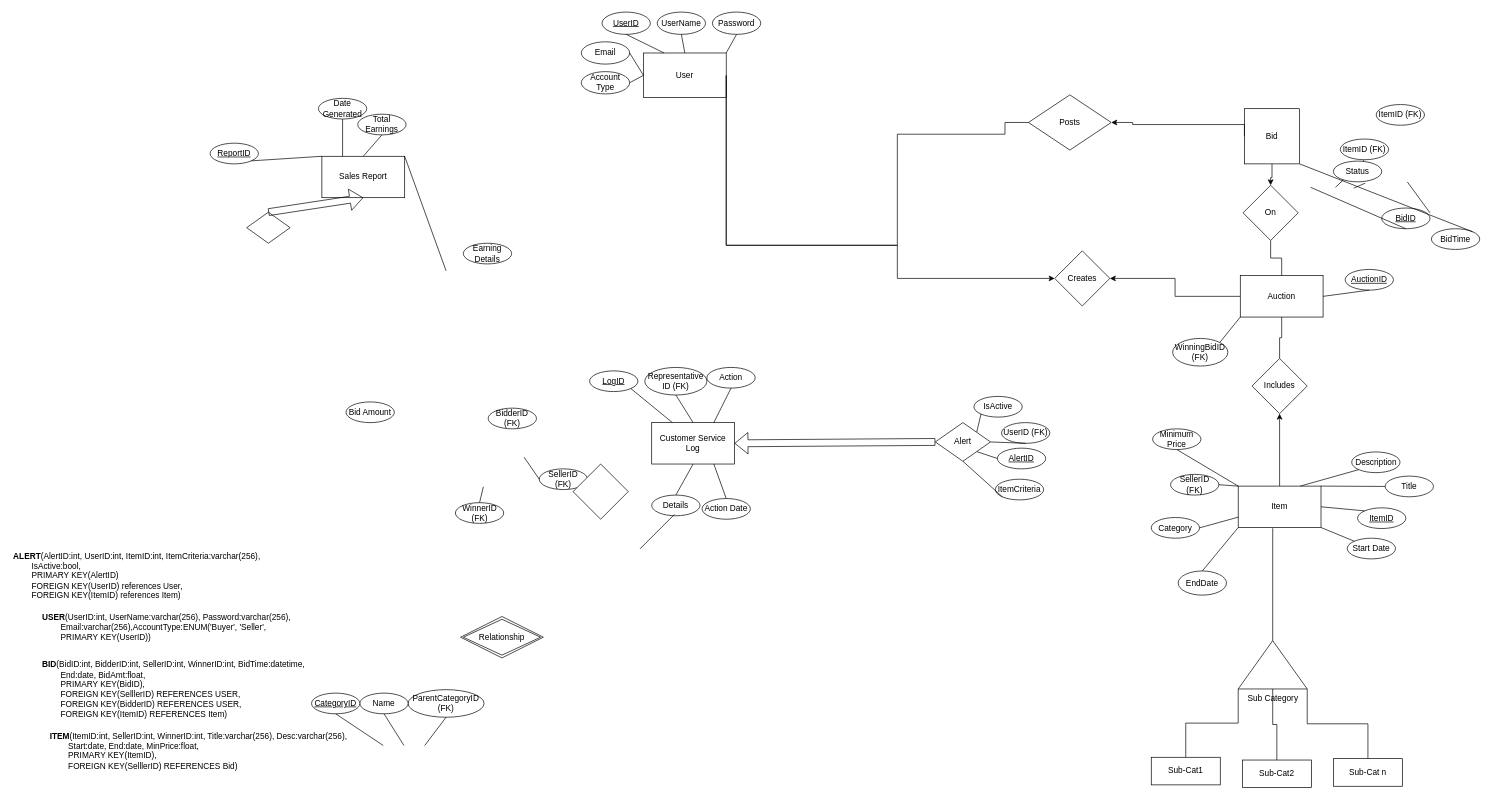
Above: Project1ER.drawio in Swoopi/PrinInfo (draw.io), before the change. Source tidied: cells renumbered, new cells numbered last; positions are measured from the earlier drawing's top-left corner, leaving out a move shared by most shapes. Both pictures are drawn from the tidied source at 69%, with x=0, y=0 at pixel (12, 12).
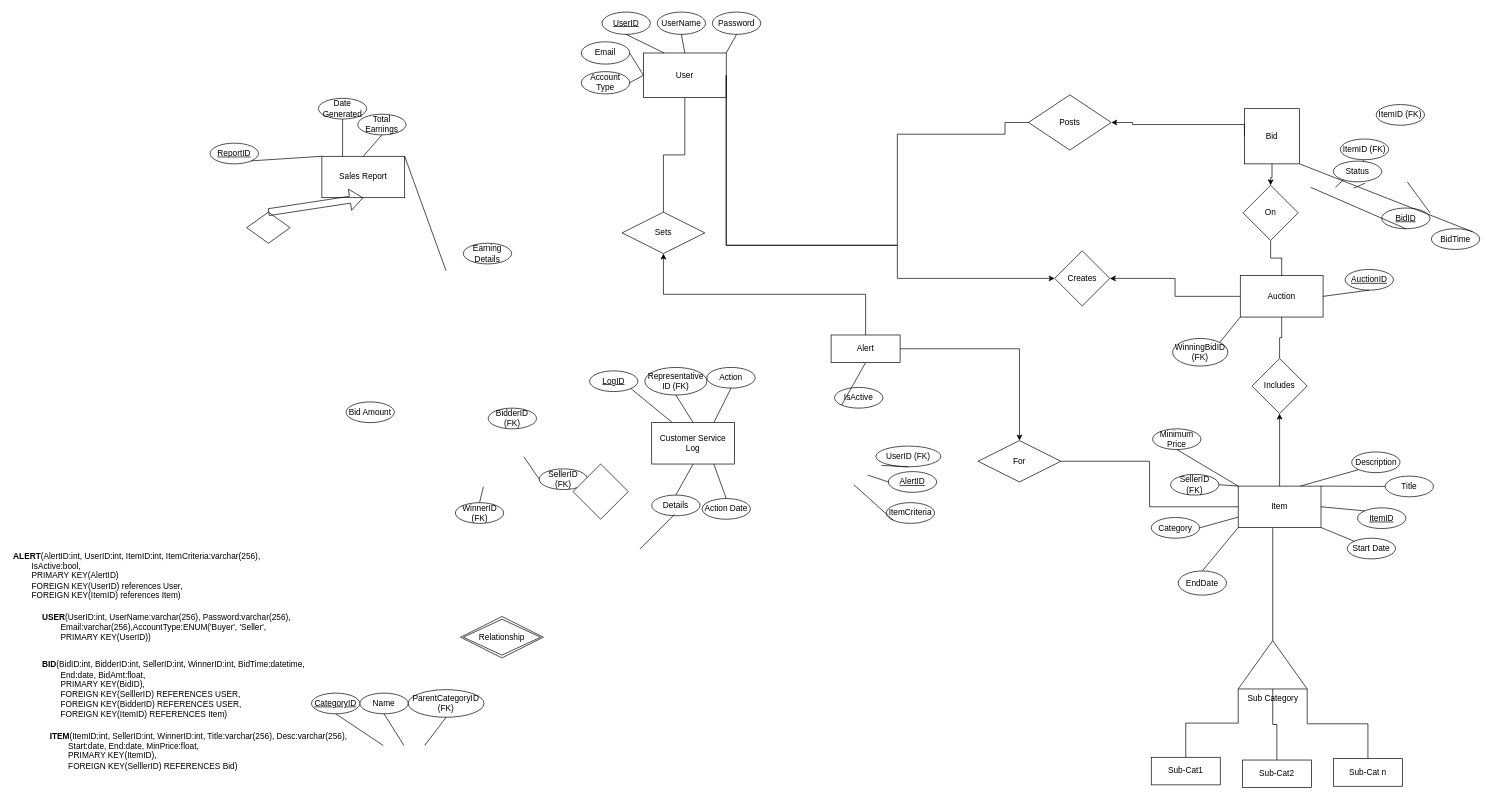
After the change.

The change refers to these unchanged cells:
```xml
<mxCell id="4" value="Item" style="rounded=0;whiteSpace=wrap;html=1;" parent="1" vertex="1">
  <mxGeometry x="1777" y="687" width="120" height="60" as="geometry" />
</mxCell>
<mxCell id="8" value="Customer Service Log" style="rounded=0;whiteSpace=wrap;html=1;" parent="1" vertex="1">
  <mxGeometry x="927" y="595" width="120" height="60" as="geometry" />
</mxCell>
<mxCell id="78" value="User" style="rounded=0;whiteSpace=wrap;html=1;" parent="77" vertex="1">
  <mxGeometry x="90" y="59.3" width="120" height="64.7" as="geometry" />
</mxCell>
```

Diff of the diagram source:
```diff
@@
+    <mxCell id="118" style="edgeStyle=orthogonalEdgeStyle;rounded=0;jettySize=auto;html=1;entryX=1;entryY=0.5;entryDx=0;entryDy=0;endArrow=none;endFill=0;" parent="1" edge="1" source="4" target="123">
+      <mxGeometry relative="1" as="geometry" />
+    </mxCell>
@@
     <mxCell id="41" value="IsActive" style="ellipse;whiteSpace=wrap;html=1;" parent="1" vertex="1">
-      <mxGeometry x="1394" y="557" width="70" height="30" as="geometry" />
+      <mxGeometry x="1192" y="544" width="70" height="30" as="geometry" />
     </mxCell>
     <mxCell id="42" value="ItemCriteria" style="ellipse;whiteSpace=wrap;html=1;" parent="1" vertex="1">
-      <mxGeometry x="1425" y="677" width="70" height="30" as="geometry" />
+      <mxGeometry x="1267" y="711" width="70" height="30" as="geometry" />
     </mxCell>
     <mxCell id="43" value="UserID (FK)" style="ellipse;whiteSpace=wrap;html=1;" parent="1" vertex="1">
-      <mxGeometry x="1434" y="595" width="70" height="30" as="geometry" />
+      <mxGeometry x="1252" y="629" width="94" height="30" as="geometry" />
     </mxCell>
     <mxCell id="44" value="&lt;u&gt;AlertID&lt;/u&gt;" style="ellipse;whiteSpace=wrap;html=1;" parent="1" vertex="1">
-      <mxGeometry x="1428" y="632" width="70" height="30" as="geometry" />
+      <mxGeometry x="1270" y="666" width="70" height="30" as="geometry" />
     </mxCell>
-    <mxCell id="45" style="endArrow=none;html=1;rounded=0;exitX=0;exitY=1;exitDx=0;exitDy=0;entryX=1;entryY=0;entryDx=0;entryDy=0;" parent="1" edge="1" source="41" target="93">
+    <mxCell id="45" style="endArrow=none;html=1;rounded=0;exitX=0;exitY=1;exitDx=0;exitDy=0;entryX=0.5;entryY=1;entryDx=0;entryDy=0;" parent="1" edge="1" source="41" target="93">
       <mxGeometry relative="1" as="geometry" />
     </mxCell>
-    <mxCell id="46" style="endArrow=none;html=1;rounded=0;entryX=1;entryY=1;entryDx=0;entryDy=0;exitX=0;exitY=0.5;exitDx=0;exitDy=0;" parent="1" edge="1" source="44" target="93">
-      <mxGeometry relative="1" as="geometry" />
+    <mxCell id="46" style="endArrow=none;html=1;rounded=0;entryX=1;entryY=1;entryDx=0;entryDy=0;exitX=0;exitY=0.5;exitDx=0;exitDy=0;" parent="1" edge="1" source="44">
+      <mxGeometry relative="1" as="geometry">
+        <mxPoint x="1240" y="671" as="targetPoint" />
+      </mxGeometry>
     </mxCell>
-    <mxCell id="47" style="endArrow=none;html=1;rounded=0;entryX=1;entryY=0.5;entryDx=0;entryDy=0;exitX=0.5;exitY=1;exitDx=0;exitDy=0;" parent="1" edge="1" source="43" target="93">
-      <mxGeometry relative="1" as="geometry" />
+    <mxCell id="47" style="endArrow=none;html=1;rounded=0;entryX=1;entryY=0.5;entryDx=0;entryDy=0;exitX=0.5;exitY=1;exitDx=0;exitDy=0;" parent="1" edge="1" source="43">
+      <mxGeometry relative="1" as="geometry">
+        <mxPoint x="1260" y="657" as="targetPoint" />
+      </mxGeometry>
     </mxCell>
-    <mxCell id="48" style="endArrow=none;html=1;rounded=0;entryX=0.5;entryY=1;entryDx=0;entryDy=0;exitX=0;exitY=1;exitDx=0;exitDy=0;" parent="1" edge="1" source="42" target="93">
-      <mxGeometry relative="1" as="geometry" />
+    <mxCell id="48" style="endArrow=none;html=1;rounded=0;entryX=0.5;entryY=1;entryDx=0;entryDy=0;exitX=0;exitY=1;exitDx=0;exitDy=0;" parent="1" edge="1" source="42">
+      <mxGeometry relative="1" as="geometry">
+        <mxPoint x="1220" y="685" as="targetPoint" />
+      </mxGeometry>
     </mxCell>
@@
-    <mxCell id="93" value="Alert" style="rhombus;whiteSpace=wrap;html=1;" parent="1" vertex="1">
-      <mxGeometry x="1338" y="595" width="80" height="56" as="geometry" />
-    </mxCell>
-    <mxCell id="94" style="shape=flexArrow;endArrow=classic;html=1;rounded=0;exitX=0;exitY=0.5;exitDx=0;exitDy=0;entryX=1;entryY=0.5;entryDx=0;entryDy=0;" parent="1" edge="1" source="93" target="8">
-      <mxGeometry relative="1" as="geometry" />
-    </mxCell>
@@
+    <mxCell id="119" style="edgeStyle=orthogonalEdgeStyle;rounded=0;jettySize=auto;html=1;exitX=0.5;exitY=0;exitDx=0;exitDy=0;" parent="1" edge="1" source="93" target="121">
+      <mxGeometry relative="1" as="geometry" />
+    </mxCell>
+    <mxCell id="120" style="edgeStyle=orthogonalEdgeStyle;rounded=0;jettySize=auto;html=1;" parent="1" edge="1" source="93" target="123">
+      <mxGeometry relative="1" as="geometry" />
+    </mxCell>
+    <mxCell id="93" value="Alert" style="whiteSpace=wrap;html=1;align=center;" parent="1" vertex="1">
+      <mxGeometry x="1187" y="468" width="100" height="40" as="geometry" />
+    </mxCell>
+    <mxCell id="121" value="Sets" style="shape=rhombus;perimeter=rhombusPerimeter;whiteSpace=wrap;html=1;align=center;" parent="1" vertex="1">
+      <mxGeometry x="884" y="290" width="120" height="60" as="geometry" />
+    </mxCell>
+    <mxCell id="122" style="edgeStyle=orthogonalEdgeStyle;rounded=0;jettySize=auto;html=1;entryX=0.5;entryY=0;entryDx=0;entryDy=0;endArrow=none;endFill=0;" parent="1" edge="1" source="78" target="121">
+      <mxGeometry relative="1" as="geometry" />
+    </mxCell>
+    <mxCell id="123" value="For" style="shape=rhombus;perimeter=rhombusPerimeter;whiteSpace=wrap;html=1;align=center;" parent="1" vertex="1">
+      <mxGeometry x="1400" y="621" width="120" height="60" as="geometry" />
+    </mxCell>
```
